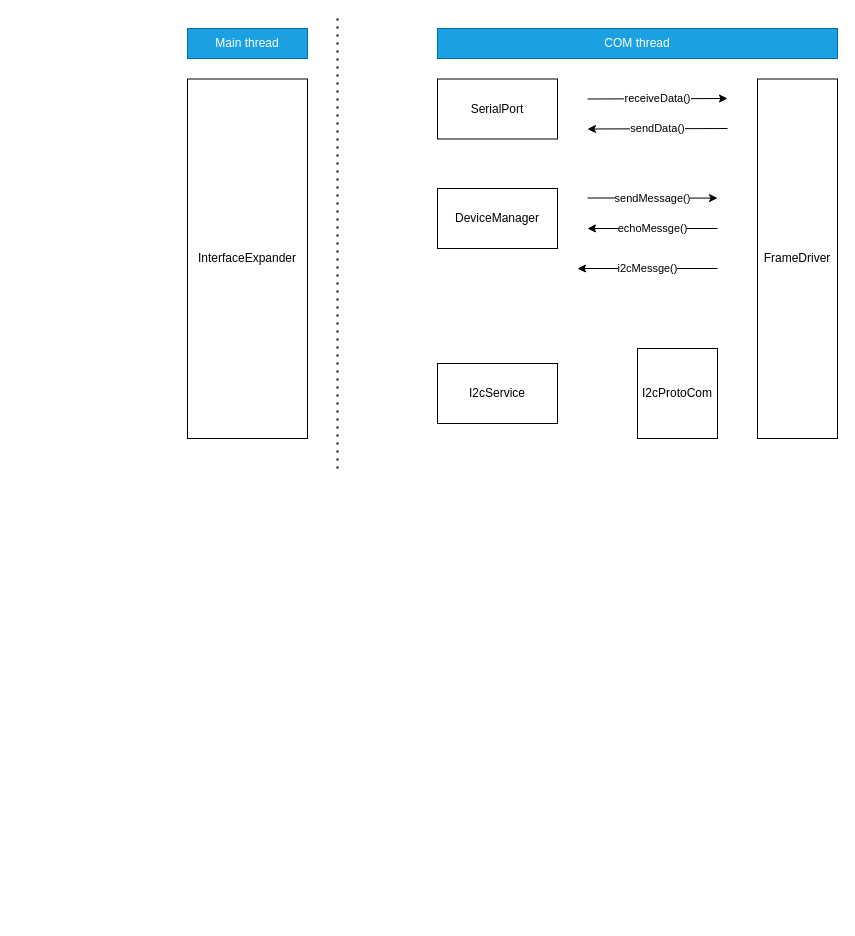
Earlier version of the draw.io diagram UIarchitecture.drawio (AlmCoding/expander-ui). Source tidied: cells renumbered, new cells numbered last; positions are measured from the earlier drawing's top-left corner, leaving out a move shared by most shapes. Both pictures are drawn from the tidied source at 100%, with x=0, y=0 at pixel (187, 18).
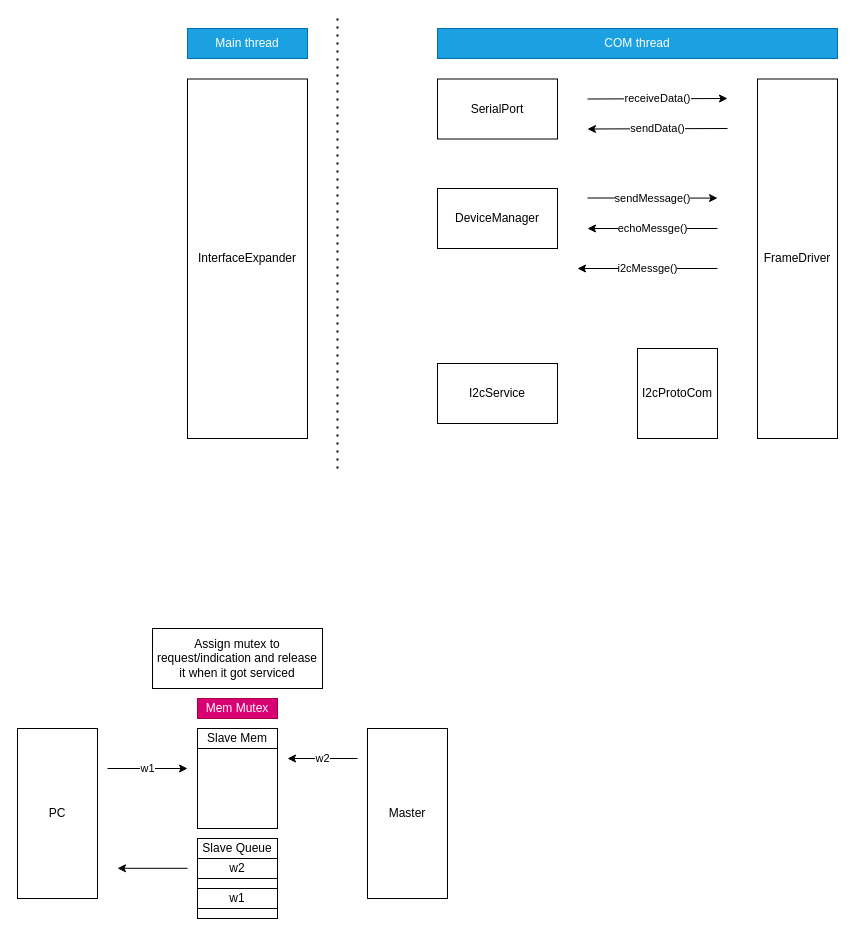
The same page after the edit.

Commit message (it also covers changes not shown here):
Refactor slave notification

Diff of the diagram source:
```diff
@@
+    <mxCell id="16" style="whiteSpace=wrap;html=1;" parent="1" vertex="1">
+      <mxGeometry x="10" y="730" width="80" height="80" as="geometry" />
+    </mxCell>
+    <mxCell id="17" value="Slave Mem" style="rounded=0;whiteSpace=wrap;html=1;" parent="1" vertex="1">
+      <mxGeometry x="10" y="710" width="80" height="20" as="geometry" />
+    </mxCell>
+    <mxCell id="18" style="rounded=0;whiteSpace=wrap;html=1;" parent="1" vertex="1">
+      <mxGeometry x="10" y="840" width="80" height="60" as="geometry" />
+    </mxCell>
+    <mxCell id="19" value="Slave Queue" style="rounded=0;whiteSpace=wrap;html=1;" parent="1" vertex="1">
+      <mxGeometry x="10" y="820" width="80" height="20" as="geometry" />
+    </mxCell>
+    <mxCell id="20" value="w1" style="endArrow=classic;html=1;rounded=0;" parent="1" edge="1">
+      <mxGeometry relative="1" as="geometry">
+        <mxPoint x="-80" y="750" as="sourcePoint" />
+        <mxPoint y="750" as="targetPoint" />
+      </mxGeometry>
+    </mxCell>
+    <mxCell id="21" value="w1" style="rounded=0;whiteSpace=wrap;html=1;" parent="1" vertex="1">
+      <mxGeometry x="10" y="870" width="80" height="20" as="geometry" />
+    </mxCell>
+    <mxCell id="22" style="endArrow=classic;html=1;rounded=0;" parent="1" edge="1">
+      <mxGeometry relative="1" as="geometry">
+        <mxPoint y="849.8" as="sourcePoint" />
+        <mxPoint x="-70" y="849.8" as="targetPoint" />
+      </mxGeometry>
+    </mxCell>
+    <mxCell id="23" value="w2" style="endArrow=classic;html=1;rounded=0;" parent="1" edge="1">
+      <mxGeometry relative="1" as="geometry">
+        <mxPoint x="170" y="740" as="sourcePoint" />
+        <mxPoint x="100" y="740" as="targetPoint" />
+      </mxGeometry>
+    </mxCell>
+    <mxCell id="24" value="w2" style="rounded=0;whiteSpace=wrap;html=1;" parent="1" vertex="1">
+      <mxGeometry x="10" y="840" width="80" height="20" as="geometry" />
+    </mxCell>
+    <mxCell id="25" value="PC" style="rounded=0;whiteSpace=wrap;html=1;" parent="1" vertex="1">
+      <mxGeometry x="-170" y="710" width="80" height="170" as="geometry" />
+    </mxCell>
+    <mxCell id="26" value="Master" style="rounded=0;whiteSpace=wrap;html=1;" parent="1" vertex="1">
+      <mxGeometry x="180" y="710" width="80" height="170" as="geometry" />
+    </mxCell>
+    <mxCell id="27" value="Mem Mutex" style="rounded=0;whiteSpace=wrap;html=1;fillColor=#d80073;fontColor=#ffffff;strokeColor=#A50040;" parent="1" vertex="1">
+      <mxGeometry x="10" y="680" width="80" height="20" as="geometry" />
+    </mxCell>
+    <mxCell id="28" value="Assign mutex to request/indication and release it when it got serviced" style="rounded=0;whiteSpace=wrap;html=1;" parent="1" vertex="1">
+      <mxGeometry x="-35" y="610" width="170" height="60" as="geometry" />
+    </mxCell>
```
